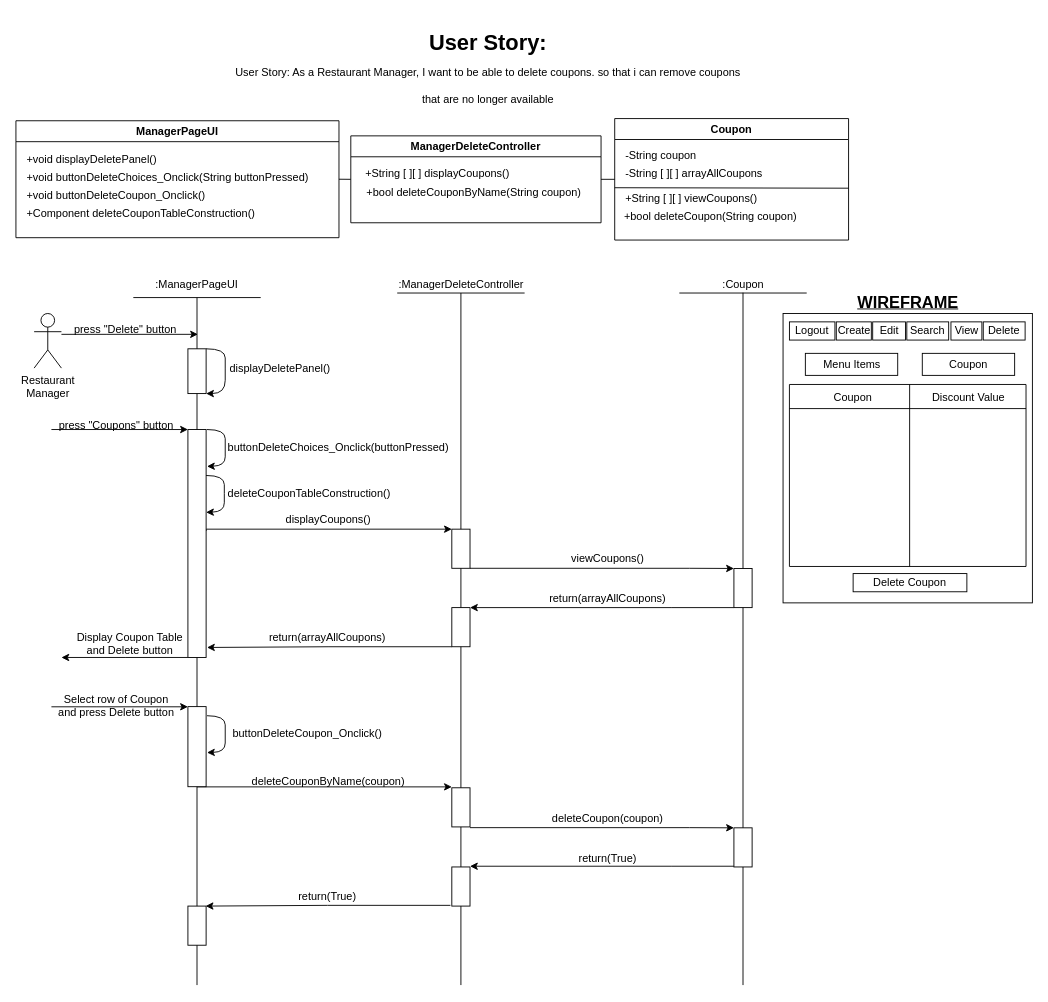
Before: BCE_UML_and_Diagrams/RestaurantManager/RestaurantManager_DeleteCoupons(#423)/UserStory#423_DeleteCoupons.drawio in extred5700/JAVAGUI-Restaurant-Table-Order-System, a draw.io diagram. Source tidied: cells renumbered, new cells numbered last; positions are measured from the earlier drawing's top-left corner, leaving out a move shared by most shapes. Both pictures are drawn from the tidied source at 91%, with x=0, y=0 at pixel (15, 25).
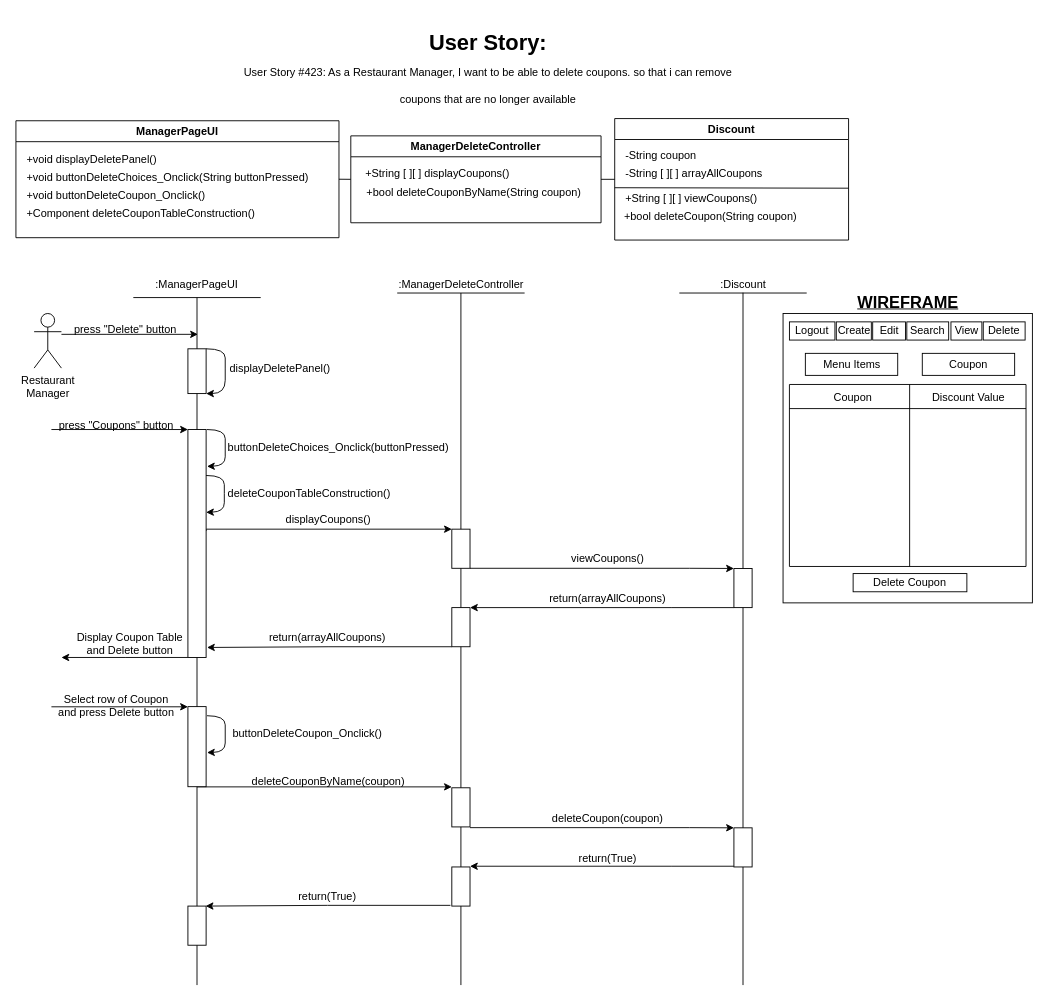
The same diagram, later.

What changed in the source:
```diff
@@
-    <mxCell id="2" value="Coupon" style="swimlane;" parent="1" vertex="1">
+    <mxCell id="2" value="Discount" style="swimlane;" parent="1" vertex="1">
       <mxGeometry x="658" y="102.8" width="257" height="133.5" as="geometry" />
     </mxCell>
@@
-    <mxCell id="23" value=":Coupon" style="text;html=1;align=center;verticalAlign=middle;points=[];strokeColor=none;fillColor=none;" parent="1" vertex="1">
-      <mxGeometry x="769" y="274.5" width="60" height="20" as="geometry" />
+    <mxCell id="23" value=":Discount" style="text;html=1;align=center;verticalAlign=middle;points=[];strokeColor=none;fillColor=none;" parent="1" vertex="1">
+      <mxGeometry x="764" y="274.5" width="70" height="20" as="geometry" />
     </mxCell>
@@
-    <mxCell id="49" value="&lt;h1&gt;User Story:&lt;br&gt;&lt;font style=&quot;font-size: 12px ; font-weight: normal&quot;&gt;User Story: As a Restaurant Manager, I want to be able to delete coupons. so that i can remove coupons that are no longer available&lt;/font&gt;&lt;/h1&gt;" style="text;html=1;strokeColor=none;fillColor=none;spacing=5;spacingTop=-20;whiteSpace=wrap;overflow=hidden;rounded=0;align=center;" parent="1" vertex="1">
+    <mxCell id="49" value="&lt;h1&gt;User Story:&lt;br&gt;&lt;font style=&quot;font-size: 12px ; font-weight: normal&quot;&gt;User Story #423: As a Restaurant Manager, I want to be able to delete coupons. so that i can remove coupons that are no longer available&lt;/font&gt;&lt;/h1&gt;" style="text;html=1;strokeColor=none;fillColor=none;spacing=5;spacingTop=-20;whiteSpace=wrap;overflow=hidden;rounded=0;align=center;" parent="1" vertex="1">
       <mxGeometry x="229" width="580" height="100" as="geometry" />
     </mxCell>
```
